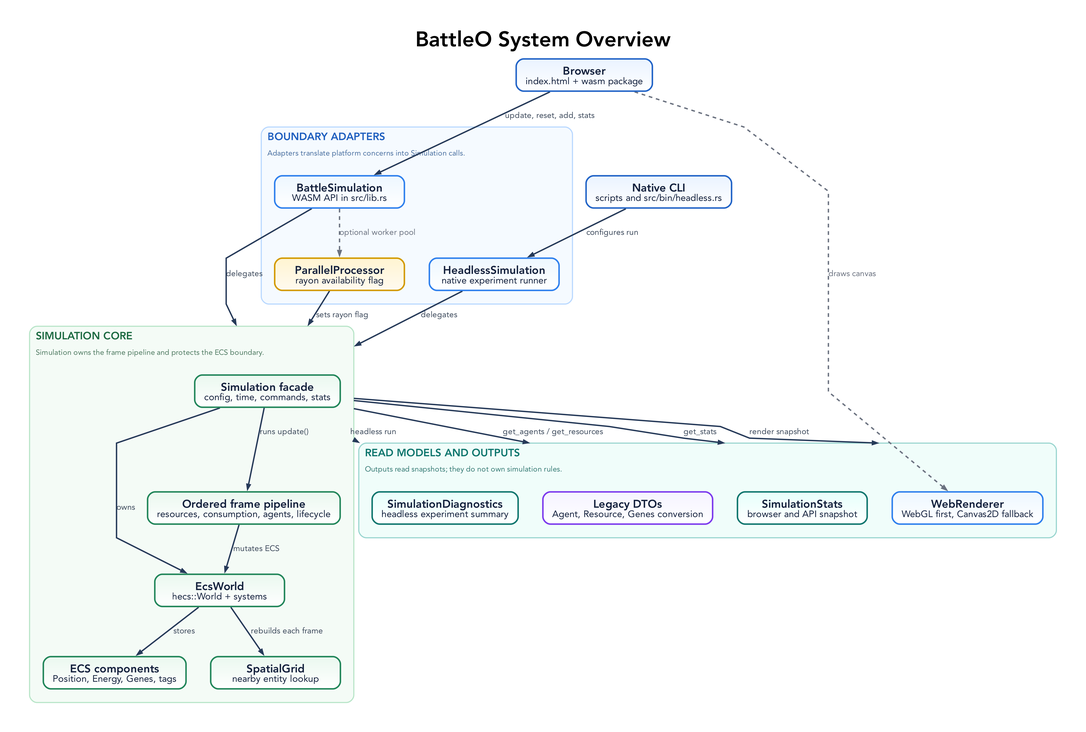
The Graphviz diagram docs/diagrams/system-overview.png in tre-systems/evo-1, before a commit. Its source is kept beside it as docs/diagrams/system-overview.dot. The source it was exported from:
```dot
digraph BattleOSystemOverview {
  graph [
    rankdir=TB,
    bgcolor="#ffffff",
    pad="0.55",
    nodesep="0.55",
    ranksep="0.85",
    splines=polyline,
    outputorder=edgesfirst,
    compound=true,
    newrank=true,
    forcelabels=true,
    fontname="Avenir",
    label=<
      <TABLE BORDER="0" CELLBORDER="0" CELLSPACING="0" CELLPADDING="0">
        <TR><TD><FONT POINT-SIZE="34"><B>BattleO System Overview</B></FONT></TD></TR>
      </TABLE>
    >,
    labelloc=t,
    labeljust=c
  ];

  node [
    shape=box,
    style="rounded,filled",
    margin="0.21,0.13",
    width=2.90,
    height=0.72,
    fixedsize=false,
    fontname="Avenir",
    fontsize=18,
    penwidth=2.4,
    fontcolor="#14213d",
    color="#2264c7",
    fillcolor="#eaf3ff:#ffffff",
    gradientangle=270
  ];

  edge [
    color="#263a59",
    fontname="Avenir",
    fontsize=13,
    fontcolor="#3d4a5c",
    penwidth=2.2,
    arrowsize=0.78
  ];

  browser [label=<<B>Browser</B><BR/><FONT POINT-SIZE="15">index.html + wasm package</FONT>>];
  cli [label=<<B>Native CLI</B><BR/><FONT POINT-SIZE="15">scripts and src/bin/headless.rs</FONT>>];

  subgraph cluster_adapters {
    graph [
      label=<
        <TABLE BORDER="0" CELLBORDER="0" CELLSPACING="0" CELLPADDING="2">
          <TR><TD ALIGN="LEFT"><FONT POINT-SIZE="17" COLOR="#1f5fbf"><B>BOUNDARY ADAPTERS</B></FONT></TD></TR>
          <TR><TD ALIGN="LEFT"><FONT POINT-SIZE="12" COLOR="#496f9f">Adapters translate platform concerns into Simulation calls.</FONT></TD></TR>
        </TABLE>
      >,
      labelloc=t,
      labeljust=l,
      color="#b9d8ff",
      fillcolor="#f5faff",
      style="rounded,filled",
      penwidth=1.8,
      margin=22
    ];

    wasm_adapter [label=<<B>BattleSimulation</B><BR/><FONT POINT-SIZE="15">WASM API in src/lib.rs</FONT>>, fillcolor="#edf7ff:#ffffff", color="#2f80ed"];
    parallel_adapter [label=<<B>ParallelProcessor</B><BR/><FONT POINT-SIZE="15">rayon availability flag</FONT>>, fillcolor="#fff4d1:#fffaf0", color="#d39a00"];
    headless_adapter [label=<<B>HeadlessSimulation</B><BR/><FONT POINT-SIZE="15">native experiment runner</FONT>>, fillcolor="#edf7ff:#ffffff", color="#2f80ed"];

    wasm_adapter -> parallel_adapter [label="optional worker pool", style=dashed, color="#6b7280", fontcolor="#6b7280"];
  }

  subgraph cluster_core {
    graph [
      label=<
        <TABLE BORDER="0" CELLBORDER="0" CELLSPACING="0" CELLPADDING="2">
          <TR><TD ALIGN="LEFT"><FONT POINT-SIZE="17" COLOR="#1e6b43"><B>SIMULATION CORE</B></FONT></TD></TR>
          <TR><TD ALIGN="LEFT"><FONT POINT-SIZE="12" COLOR="#4e7a61">Simulation owns the frame pipeline and protects the ECS boundary.</FONT></TD></TR>
        </TABLE>
      >,
      labelloc=t,
      labeljust=l,
      color="#b8e5c8",
      fillcolor="#f4fbf6",
      style="rounded,filled",
      penwidth=1.8,
      margin=22
    ];

    simulation [label=<<B>Simulation facade</B><BR/><FONT POINT-SIZE="15">config, time, commands, stats</FONT>>, fillcolor="#eaf8ef:#ffffff", color="#22865a"];
    world [label=<<B>EcsWorld</B><BR/><FONT POINT-SIZE="15">hecs::World + systems</FONT>>, fillcolor="#eaf8ef:#ffffff", color="#22865a"];
    components [label=<<B>ECS components</B><BR/><FONT POINT-SIZE="15">Position, Energy, Genes, tags</FONT>>, fillcolor="#eaf8ef:#ffffff", color="#22865a"];
    spatial_grid [label=<<B>SpatialGrid</B><BR/><FONT POINT-SIZE="15">nearby entity lookup</FONT>>, fillcolor="#eaf8ef:#ffffff", color="#22865a"];
    frame_pipeline [label=<<B>Ordered frame pipeline</B><BR/><FONT POINT-SIZE="15">resources, consumption, agents, lifecycle</FONT>>, fillcolor="#eaf8ef:#ffffff", color="#22865a"];

    simulation -> world [label="owns"];
    world -> components [label="stores"];
    world -> spatial_grid [label="rebuilds each frame"];
    simulation -> frame_pipeline [label="runs update()"];
    frame_pipeline -> world [label="mutates ECS"];
  }

  subgraph cluster_outputs {
    graph [
      label=<
        <TABLE BORDER="0" CELLBORDER="0" CELLSPACING="0" CELLPADDING="2">
          <TR><TD ALIGN="LEFT"><FONT POINT-SIZE="17" COLOR="#0f766e"><B>READ MODELS AND OUTPUTS</B></FONT></TD></TR>
          <TR><TD ALIGN="LEFT"><FONT POINT-SIZE="12" COLOR="#357a74">Outputs read snapshots; they do not own simulation rules.</FONT></TD></TR>
        </TABLE>
      >,
      labelloc=t,
      labeljust=l,
      color="#99d5cf",
      fillcolor="#f0fdfa",
      style="rounded,filled",
      penwidth=1.8,
      margin=22
    ];

    renderer [label=<<B>WebRenderer</B><BR/><FONT POINT-SIZE="15">WebGL first, Canvas2D fallback</FONT>>, fillcolor="#edf7ff:#ffffff", color="#2f80ed"];
    stats [label=<<B>SimulationStats</B><BR/><FONT POINT-SIZE="15">browser and API snapshot</FONT>>, fillcolor="#e6fffb:#ffffff", color="#0f766e"];
    diagnostics [label=<<B>SimulationDiagnostics</B><BR/><FONT POINT-SIZE="15">headless experiment summary</FONT>>, fillcolor="#e6fffb:#ffffff", color="#0f766e"];
    dto [label=<<B>Legacy DTOs</B><BR/><FONT POINT-SIZE="15">Agent, Resource, Genes conversion</FONT>>, fillcolor="#f5f3ff:#ffffff", color="#7c3aed"];
  }

  browser -> wasm_adapter [label="update, reset, add, stats"];
  browser -> renderer [label="draws canvas", style=dashed, color="#6b7280", fontcolor="#6b7280"];
  cli -> headless_adapter [label="configures run"];

  wasm_adapter -> simulation [lhead=cluster_core, label="delegates"];
  headless_adapter -> simulation [lhead=cluster_core, label="delegates"];
  parallel_adapter -> simulation [lhead=cluster_core, label="sets rayon flag"];

  simulation -> renderer [ltail=cluster_core, lhead=cluster_outputs, label="render snapshot"];
  simulation -> stats [ltail=cluster_core, lhead=cluster_outputs, label="get_stats"];
  simulation -> diagnostics [ltail=cluster_core, lhead=cluster_outputs, label="headless run"];
  simulation -> dto [ltail=cluster_core, lhead=cluster_outputs, label="get_agents / get_resources"];
}
```
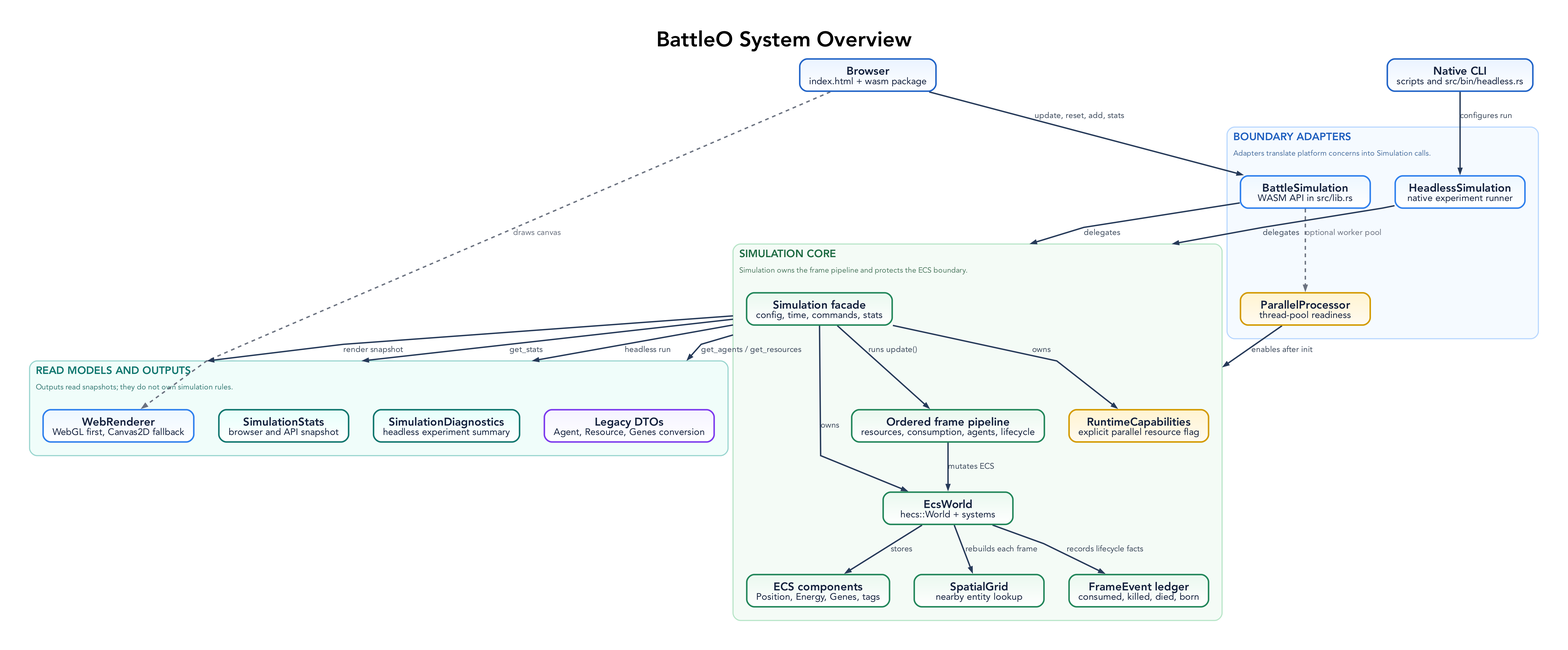
Later version of the same file.

Change to the diagram source:
```diff
@@ -66,7 +66,7 @@
     ];
 
     wasm_adapter [label=<<B>BattleSimulation</B><BR/><FONT POINT-SIZE="15">WASM API in src/lib.rs</FONT>>, fillcolor="#edf7ff:#ffffff", color="#2f80ed"];
-    parallel_adapter [label=<<B>ParallelProcessor</B><BR/><FONT POINT-SIZE="15">rayon availability flag</FONT>>, fillcolor="#fff4d1:#fffaf0", color="#d39a00"];
+    parallel_adapter [label=<<B>ParallelProcessor</B><BR/><FONT POINT-SIZE="15">thread-pool readiness</FONT>>, fillcolor="#fff4d1:#fffaf0", color="#d39a00"];
     headless_adapter [label=<<B>HeadlessSimulation</B><BR/><FONT POINT-SIZE="15">native experiment runner</FONT>>, fillcolor="#edf7ff:#ffffff", color="#2f80ed"];
 
     wasm_adapter -> parallel_adapter [label="optional worker pool", style=dashed, color="#6b7280", fontcolor="#6b7280"];
@@ -90,14 +90,18 @@
     ];
 
     simulation [label=<<B>Simulation facade</B><BR/><FONT POINT-SIZE="15">config, time, commands, stats</FONT>>, fillcolor="#eaf8ef:#ffffff", color="#22865a"];
+    capabilities [label=<<B>RuntimeCapabilities</B><BR/><FONT POINT-SIZE="15">explicit parallel resource flag</FONT>>, fillcolor="#fff4d1:#fffaf0", color="#d39a00"];
     world [label=<<B>EcsWorld</B><BR/><FONT POINT-SIZE="15">hecs::World + systems</FONT>>, fillcolor="#eaf8ef:#ffffff", color="#22865a"];
     components [label=<<B>ECS components</B><BR/><FONT POINT-SIZE="15">Position, Energy, Genes, tags</FONT>>, fillcolor="#eaf8ef:#ffffff", color="#22865a"];
     spatial_grid [label=<<B>SpatialGrid</B><BR/><FONT POINT-SIZE="15">nearby entity lookup</FONT>>, fillcolor="#eaf8ef:#ffffff", color="#22865a"];
+    events [label=<<B>FrameEvent ledger</B><BR/><FONT POINT-SIZE="15">consumed, killed, died, born</FONT>>, fillcolor="#eaf8ef:#ffffff", color="#22865a"];
     frame_pipeline [label=<<B>Ordered frame pipeline</B><BR/><FONT POINT-SIZE="15">resources, consumption, agents, lifecycle</FONT>>, fillcolor="#eaf8ef:#ffffff", color="#22865a"];
 
     simulation -> world [label="owns"];
+    simulation -> capabilities [label="owns"];
     world -> components [label="stores"];
     world -> spatial_grid [label="rebuilds each frame"];
+    world -> events [label="records lifecycle facts"];
     simulation -> frame_pipeline [label="runs update()"];
     frame_pipeline -> world [label="mutates ECS"];
   }
@@ -131,7 +135,7 @@
 
   wasm_adapter -> simulation [lhead=cluster_core, label="delegates"];
   headless_adapter -> simulation [lhead=cluster_core, label="delegates"];
-  parallel_adapter -> simulation [lhead=cluster_core, label="sets rayon flag"];
+  parallel_adapter -> capabilities [lhead=cluster_core, label="enables after init"];
 
   simulation -> renderer [ltail=cluster_core, lhead=cluster_outputs, label="render snapshot"];
   simulation -> stats [ltail=cluster_core, lhead=cluster_outputs, label="get_stats"];
```
